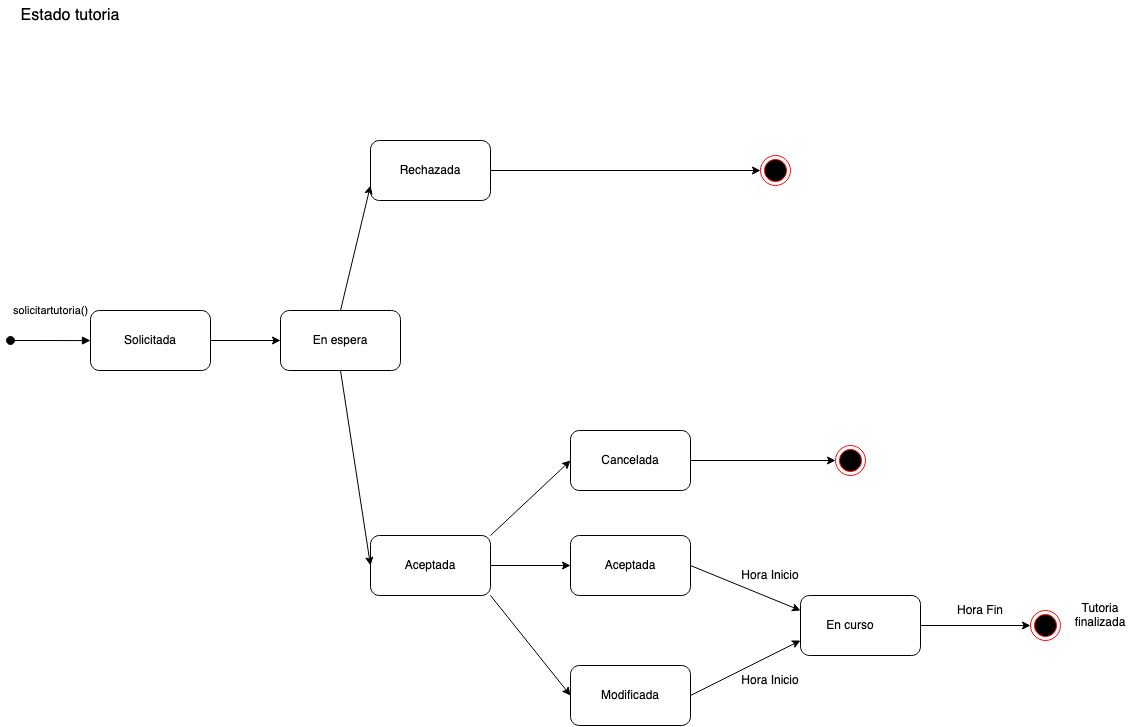
Above: EstadoTutoria.drawio.png in PEDROMIRAS/AprenderJVs (draw.io), before the change. Source tidied: cells renumbered, new cells last; positions are measured from the earlier drawing's top-left corner, leaving out a move shared by most shapes.
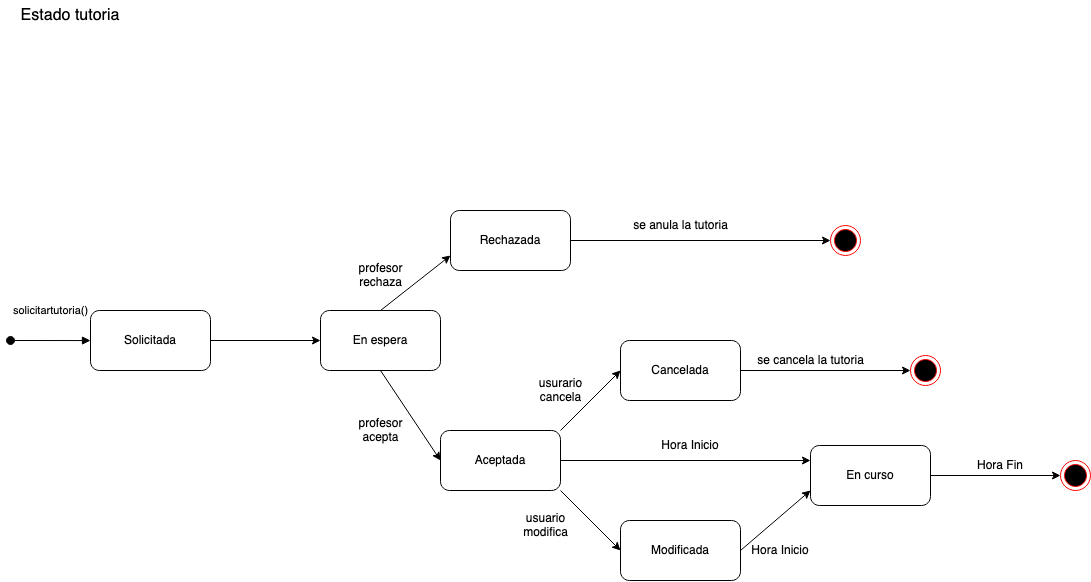
The same diagram one commit later.

Diff of the diagram source:
```diff
@@ -18,22 +18,19 @@
       <mxGeometry x="110" y="325" width="60" height="30" as="geometry" />
     </mxCell>
     <mxCell id="6" style="rounded=1;whiteSpace=wrap;html=1;" parent="1" vertex="1">
-      <mxGeometry x="270" y="310" width="120" height="60" as="geometry" />
+      <mxGeometry x="310" y="310" width="120" height="60" as="geometry" />
     </mxCell>
     <mxCell id="7" style="rounded=1;whiteSpace=wrap;html=1;" parent="1" vertex="1">
-      <mxGeometry x="360" y="140" width="120" height="60" as="geometry" />
+      <mxGeometry x="440" y="210" width="120" height="60" as="geometry" />
     </mxCell>
     <mxCell id="8" style="rounded=1;whiteSpace=wrap;html=1;" parent="1" vertex="1">
-      <mxGeometry x="360" y="535" width="120" height="60" as="geometry" />
+      <mxGeometry x="430" y="430" width="120" height="60" as="geometry" />
     </mxCell>
-    <mxCell id="9" style="rounded=1;whiteSpace=wrap;html=1;" parent="1" vertex="1">
-      <mxGeometry x="560" y="535" width="120" height="60" as="geometry" />
-    </mxCell>
     <mxCell id="10" style="rounded=1;whiteSpace=wrap;html=1;" parent="1" vertex="1">
-      <mxGeometry x="560" y="665" width="120" height="60" as="geometry" />
+      <mxGeometry x="610" y="520" width="120" height="60" as="geometry" />
     </mxCell>
     <mxCell id="11" style="rounded=1;whiteSpace=wrap;html=1;" parent="1" vertex="1">
-      <mxGeometry x="560" y="430" width="120" height="60" as="geometry" />
+      <mxGeometry x="610" y="340" width="120" height="60" as="geometry" />
     </mxCell>
     <mxCell id="12" style="endArrow=classic;html=1;rounded=0;exitX=0.5;exitY=0;exitDx=0;exitDy=0;entryX=0;entryY=0.75;entryDx=0;entryDy=0;" parent="1" edge="1" source="6" target="7">
       <mxGeometry relative="1" as="geometry" />
@@ -47,49 +44,43 @@
     <mxCell id="15" style="endArrow=classic;html=1;rounded=0;exitX=1;exitY=0;exitDx=0;exitDy=0;entryX=0;entryY=0.5;entryDx=0;entryDy=0;" parent="1" edge="1" source="8" target="11">
       <mxGeometry relative="1" as="geometry" />
     </mxCell>
-    <mxCell id="16" style="endArrow=classic;html=1;rounded=0;exitX=1;exitY=0.5;exitDx=0;exitDy=0;entryX=0;entryY=0.5;entryDx=0;entryDy=0;" parent="1" edge="1" source="8" target="9">
-      <mxGeometry relative="1" as="geometry" />
-    </mxCell>
     <mxCell id="17" style="endArrow=classic;html=1;rounded=0;exitX=1;exitY=1;exitDx=0;exitDy=0;entryX=0;entryY=0.5;entryDx=0;entryDy=0;" parent="1" edge="1" source="8" target="10">
       <mxGeometry relative="1" as="geometry" />
     </mxCell>
     <mxCell id="18" style="ellipse;html=1;shape=endState;fillColor=#000000;strokeColor=#ff0000;" parent="1" vertex="1">
-      <mxGeometry x="825" y="445" width="30" height="30" as="geometry" />
+      <mxGeometry x="900" y="355" width="30" height="30" as="geometry" />
     </mxCell>
     <mxCell id="19" style="ellipse;html=1;shape=endState;fillColor=#000000;strokeColor=#ff0000;" parent="1" vertex="1">
-      <mxGeometry x="1020" y="610" width="30" height="30" as="geometry" />
+      <mxGeometry x="1050" y="460" width="30" height="30" as="geometry" />
     </mxCell>
     <mxCell id="20" value="En espera" style="text;html=1;strokeColor=none;fillColor=none;align=center;verticalAlign=middle;whiteSpace=wrap;rounded=0;" parent="1" vertex="1">
-      <mxGeometry x="300" y="325" width="60" height="30" as="geometry" />
+      <mxGeometry x="340" y="325" width="60" height="30" as="geometry" />
     </mxCell>
     <mxCell id="21" style="ellipse;html=1;shape=endState;fillColor=#000000;strokeColor=#ff0000;" parent="1" vertex="1">
-      <mxGeometry x="750" y="155" width="30" height="30" as="geometry" />
+      <mxGeometry x="820" y="225" width="30" height="30" as="geometry" />
     </mxCell>
     <mxCell id="22" value="Rechazada" style="text;html=1;strokeColor=none;fillColor=none;align=center;verticalAlign=middle;whiteSpace=wrap;rounded=0;" parent="1" vertex="1">
-      <mxGeometry x="390" y="155" width="60" height="30" as="geometry" />
+      <mxGeometry x="470" y="225" width="60" height="30" as="geometry" />
     </mxCell>
     <mxCell id="23" value="Aceptada" style="text;html=1;strokeColor=none;fillColor=none;align=center;verticalAlign=middle;whiteSpace=wrap;rounded=0;" parent="1" vertex="1">
-      <mxGeometry x="390" y="550" width="60" height="30" as="geometry" />
+      <mxGeometry x="460" y="445" width="60" height="30" as="geometry" />
     </mxCell>
     <mxCell id="24" value="Cancelada" style="text;html=1;strokeColor=none;fillColor=none;align=center;verticalAlign=middle;whiteSpace=wrap;rounded=0;" parent="1" vertex="1">
-      <mxGeometry x="590" y="445" width="60" height="30" as="geometry" />
+      <mxGeometry x="640" y="355" width="60" height="30" as="geometry" />
     </mxCell>
-    <mxCell id="25" value="Aceptada" style="text;html=1;strokeColor=none;fillColor=none;align=center;verticalAlign=middle;whiteSpace=wrap;rounded=0;" parent="1" vertex="1">
-      <mxGeometry x="590" y="550" width="60" height="30" as="geometry" />
-    </mxCell>
     <mxCell id="26" value="Modificada" style="text;html=1;strokeColor=none;fillColor=none;align=center;verticalAlign=middle;whiteSpace=wrap;rounded=0;" parent="1" vertex="1">
-      <mxGeometry x="590" y="680" width="60" height="30" as="geometry" />
+      <mxGeometry x="640" y="535" width="60" height="30" as="geometry" />
     </mxCell>
     <mxCell id="27" style="rounded=1;whiteSpace=wrap;html=1;" parent="1" vertex="1">
-      <mxGeometry x="790" y="595" width="120" height="60" as="geometry" />
+      <mxGeometry x="800" y="445" width="120" height="60" as="geometry" />
     </mxCell>
     <mxCell id="28" value="En curso" style="text;html=1;strokeColor=none;fillColor=none;align=center;verticalAlign=middle;whiteSpace=wrap;rounded=0;" parent="1" vertex="1">
-      <mxGeometry x="810" y="610" width="60" height="30" as="geometry" />
+      <mxGeometry x="830" y="460" width="60" height="30" as="geometry" />
     </mxCell>
     <mxCell id="29" style="endArrow=classic;html=1;rounded=0;exitX=1;exitY=0.5;exitDx=0;exitDy=0;entryX=0;entryY=0.5;entryDx=0;entryDy=0;" parent="1" edge="1" source="11" target="18">
       <mxGeometry relative="1" as="geometry" />
     </mxCell>
-    <mxCell id="30" style="endArrow=classic;html=1;rounded=0;exitX=1;exitY=0.5;exitDx=0;exitDy=0;entryX=0;entryY=0.25;entryDx=0;entryDy=0;" parent="1" edge="1" source="9" target="27">
+    <mxCell id="30" style="endArrow=classic;html=1;rounded=0;exitX=1;exitY=0.5;exitDx=0;exitDy=0;entryX=0;entryY=0.25;entryDx=0;entryDy=0;" parent="1" edge="1" source="8" target="27">
       <mxGeometry relative="1" as="geometry" />
     </mxCell>
     <mxCell id="31" style="endArrow=classic;html=1;rounded=0;exitX=1;exitY=0.5;exitDx=0;exitDy=0;entryX=0;entryY=0.5;entryDx=0;entryDy=0;" parent="1" edge="1" source="27" target="19">
@@ -101,17 +92,32 @@
     <mxCell id="33" style="endArrow=classic;html=1;rounded=0;exitX=1;exitY=0.5;exitDx=0;exitDy=0;entryX=0;entryY=0.5;entryDx=0;entryDy=0;" parent="1" edge="1" source="7" target="21">
       <mxGeometry relative="1" as="geometry" />
     </mxCell>
-    <mxCell id="34" value="Tutoria finalizada" style="text;html=1;strokeColor=none;fillColor=none;align=center;verticalAlign=middle;whiteSpace=wrap;rounded=0;" parent="1" vertex="1">
-      <mxGeometry x="1060" y="600" width="60" height="30" as="geometry" />
-    </mxCell>
     <mxCell id="35" value="Hora Inicio" style="text;html=1;strokeColor=none;fillColor=none;align=center;verticalAlign=middle;whiteSpace=wrap;rounded=0;" parent="1" vertex="1">
-      <mxGeometry x="730" y="560" width="60" height="30" as="geometry" />
+      <mxGeometry x="650" y="430" width="60" height="30" as="geometry" />
     </mxCell>
     <mxCell id="36" value="Hora Inicio" style="text;html=1;strokeColor=none;fillColor=none;align=center;verticalAlign=middle;whiteSpace=wrap;rounded=0;" parent="1" vertex="1">
-      <mxGeometry x="730" y="665" width="60" height="30" as="geometry" />
+      <mxGeometry x="740" y="535" width="60" height="30" as="geometry" />
     </mxCell>
     <mxCell id="37" value="Hora Fin" style="text;html=1;strokeColor=none;fillColor=none;align=center;verticalAlign=middle;whiteSpace=wrap;rounded=0;" parent="1" vertex="1">
-      <mxGeometry x="940" y="595" width="60" height="30" as="geometry" />
+      <mxGeometry x="960" y="450" width="60" height="30" as="geometry" />
     </mxCell>
+    <mxCell id="38" value="se anula la tutoria" style="text;html=1;align=center;verticalAlign=middle;strokeColor=none;fillColor=none;" parent="1" vertex="1">
+      <mxGeometry x="610" y="210" width="120" height="30" as="geometry" />
+    </mxCell>
+    <mxCell id="39" value="se cancela la tutoria" style="text;html=1;align=center;verticalAlign=middle;strokeColor=none;fillColor=none;" parent="1" vertex="1">
+      <mxGeometry x="735" y="345" width="130" height="30" as="geometry" />
+    </mxCell>
+    <mxCell id="40" value="&lt;div&gt;usurario &lt;br&gt;&lt;/div&gt;&lt;div&gt;cancela&lt;/div&gt;" style="text;html=1;align=center;verticalAlign=middle;strokeColor=none;fillColor=none;" parent="1" vertex="1">
+      <mxGeometry x="515" y="370" width="70" height="40" as="geometry" />
+    </mxCell>
+    <mxCell id="41" value="&lt;div&gt;profesor &lt;br&gt;&lt;/div&gt;&lt;div&gt;rechaza&lt;/div&gt;" style="text;html=1;align=center;verticalAlign=middle;strokeColor=none;fillColor=none;" parent="1" vertex="1">
+      <mxGeometry x="335" y="255" width="70" height="40" as="geometry" />
+    </mxCell>
+    <mxCell id="42" value="&lt;div&gt;profesor &lt;br&gt;&lt;/div&gt;&lt;div&gt;acepta&lt;br&gt;&lt;/div&gt;" style="text;html=1;align=center;verticalAlign=middle;strokeColor=none;fillColor=none;" parent="1" vertex="1">
+      <mxGeometry x="335" y="410" width="70" height="40" as="geometry" />
+    </mxCell>
+    <mxCell id="43" value="&lt;div&gt;usuario &lt;br&gt;&lt;/div&gt;&lt;div&gt;modifica&lt;/div&gt;" style="text;html=1;align=center;verticalAlign=middle;strokeColor=none;fillColor=none;" parent="1" vertex="1">
+      <mxGeometry x="500" y="505" width="70" height="40" as="geometry" />
+    </mxCell>
   </root>
 </mxGraphModel>
```
